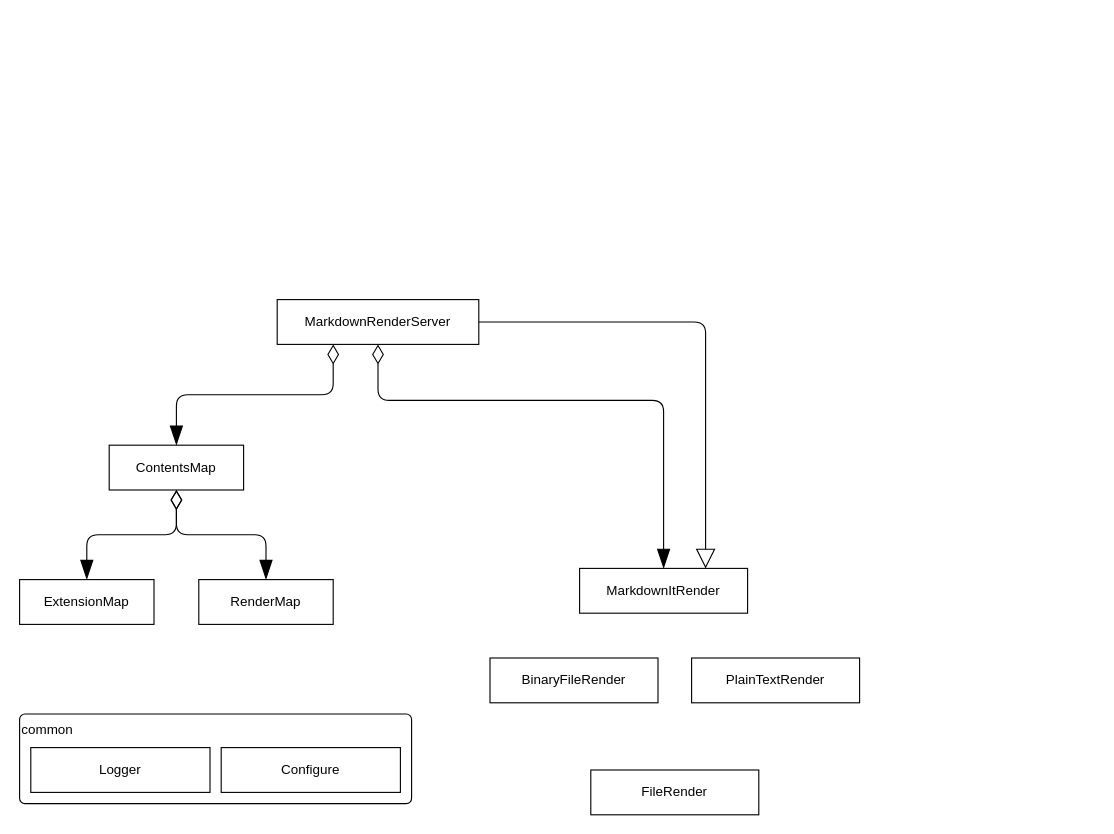
kazumatu981/markdown-it-pdf keeps this draw.io diagram as docs/memo/architecture.drawio. Above is the earlier version. Source tidied: cells renumbered, new cells numbered last; positions are measured from the earlier drawing's top-left corner, leaving out a move shared by most shapes. Both pictures are drawn from the tidied source at 112%, with x=0, y=0 at pixel (19, 299).
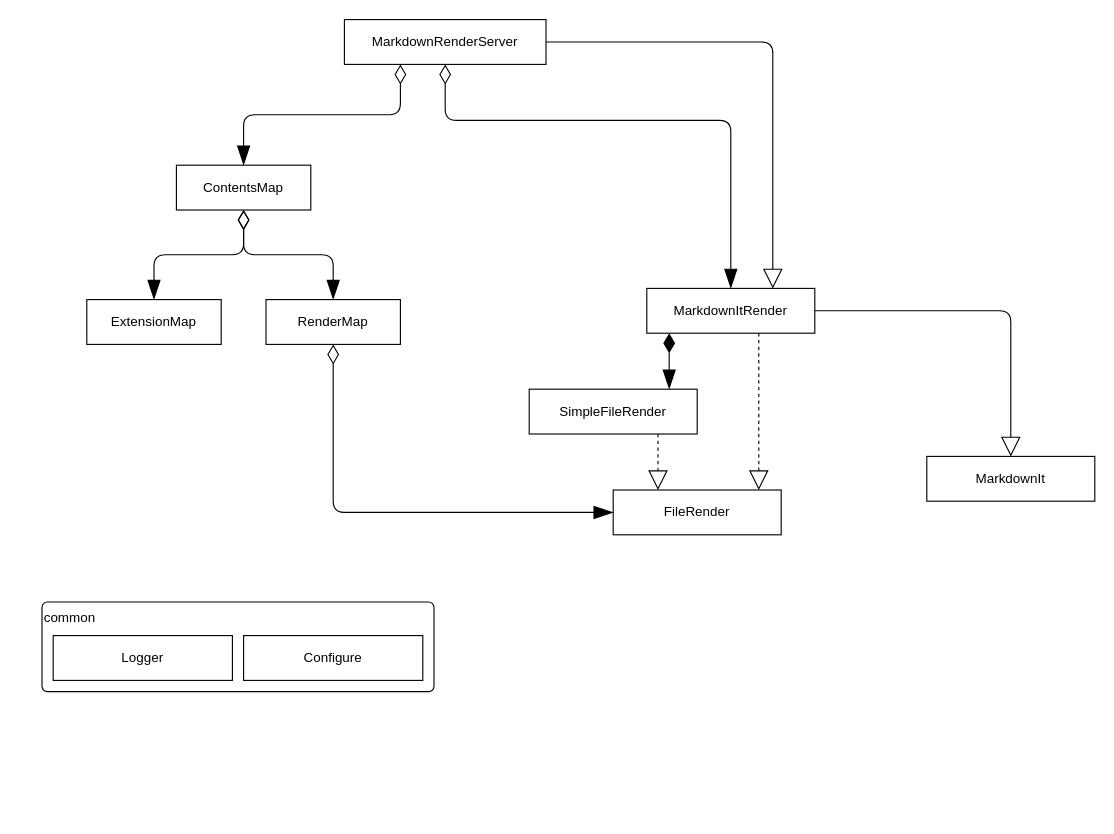
The same page after the edit.

Commit message (it also covers changes not shown here):
refactored `MarkdownItRender`.

Diff of the diagram source:
```diff
@@
     <mxCell id="4" value="ContentsMap" style="rounded=0;whiteSpace=wrap;html=1;fillColor=none;" parent="1" vertex="1">
-      <mxGeometry x="80" y="130" width="120" height="40" as="geometry" />
+      <mxGeometry x="140" y="-120" width="120" height="40" as="geometry" />
     </mxCell>
     <mxCell id="5" value="ExtensionMap" style="rounded=0;whiteSpace=wrap;html=1;fillColor=none;" parent="1" vertex="1">
-      <mxGeometry y="250" width="120" height="40" as="geometry" />
+      <mxGeometry x="60" width="120" height="40" as="geometry" />
     </mxCell>
     <mxCell id="6" value="RenderMap" style="rounded=0;whiteSpace=wrap;html=1;fillColor=none;" parent="1" vertex="1">
-      <mxGeometry x="160" y="250" width="120" height="40" as="geometry" />
+      <mxGeometry x="220" width="120" height="40" as="geometry" />
     </mxCell>
     <mxCell id="7" style="edgeStyle=elbowEdgeStyle;elbow=vertical;html=1;startArrow=diamondThin;startFill=0;endArrow=blockThin;endFill=1;startSize=15;endSize=15;targetPerimeterSpacing=0;" parent="1" edge="1" source="9" target="11">
       <mxGeometry relative="1" as="geometry">
         <Array as="points">
-          <mxPoint x="450" y="90" />
+          <mxPoint x="510" y="-160" />
         </Array>
       </mxGeometry>
     </mxCell>
     <mxCell id="8" style="edgeStyle=elbowEdgeStyle;elbow=vertical;html=1;entryX=0.75;entryY=0;entryDx=0;entryDy=0;startArrow=none;startFill=0;endArrow=block;endFill=0;startSize=15;endSize=15;targetPerimeterSpacing=0;" parent="1" edge="1" source="9" target="11">
       <mxGeometry relative="1" as="geometry">
         <Array as="points">
-          <mxPoint x="420" y="20" />
+          <mxPoint x="480" y="-230" />
         </Array>
       </mxGeometry>
     </mxCell>
     <mxCell id="9" value="MarkdownRenderServer" style="rounded=0;whiteSpace=wrap;html=1;fillColor=none;" parent="1" vertex="1">
-      <mxGeometry x="230" width="180" height="40" as="geometry" />
+      <mxGeometry x="290" y="-250" width="180" height="40" as="geometry" />
     </mxCell>
     <mxCell id="10" style="edgeStyle=elbowEdgeStyle;elbow=vertical;html=1;startArrow=diamondThin;startFill=0;targetPerimeterSpacing=0;startSize=15;endSize=15;endArrow=blockThin;endFill=1;" parent="1" edge="1" source="9" target="4">
       <mxGeometry relative="1" as="geometry">
         <Array as="points">
-          <mxPoint x="280" y="85" />
+          <mxPoint x="340" y="-165" />
         </Array>
       </mxGeometry>
     </mxCell>
+    <mxCell id="17" style="edgeStyle=elbowEdgeStyle;html=1;elbow=vertical;dashed=1;endArrow=block;endFill=0;endSize=15;" parent="1" edge="1" source="11" target="15">
+      <mxGeometry relative="1" as="geometry">
+        <Array as="points">
+          <mxPoint x="660" y="70" />
+        </Array>
+      </mxGeometry>
+    </mxCell>
+    <mxCell id="18" style="edgeStyle=elbowEdgeStyle;elbow=vertical;html=1;endArrow=blockThin;endFill=1;endSize=15;startArrow=diamondThin;startFill=1;startSize=15;" parent="1" edge="1" source="11" target="16">
+      <mxGeometry relative="1" as="geometry">
+        <Array as="points">
+          <mxPoint x="580" y="60" />
+          <mxPoint x="600" y="50" />
+        </Array>
+      </mxGeometry>
+    </mxCell>
     <mxCell id="11" value="MarkdownItRender" style="rounded=0;whiteSpace=wrap;html=1;fillColor=none;" parent="1" vertex="1">
-      <mxGeometry x="500" y="240" width="150" height="40" as="geometry" />
+      <mxGeometry x="560" y="-10" width="150" height="40" as="geometry" />
     </mxCell>
     <mxCell id="12" value="common" style="rounded=1;whiteSpace=wrap;html=1;fillColor=none;arcSize=6;align=left;verticalAlign=top;" parent="1" vertex="1">
-      <mxGeometry y="370" width="350" height="80" as="geometry" />
+      <mxGeometry x="20" y="270" width="350" height="80" as="geometry" />
     </mxCell>
     <mxCell id="13" value="Logger" style="rounded=0;whiteSpace=wrap;html=1;fillColor=none;" parent="1" vertex="1">
-      <mxGeometry x="10" y="400" width="160" height="40" as="geometry" />
+      <mxGeometry x="30" y="300" width="160" height="40" as="geometry" />
     </mxCell>
     <mxCell id="14" value="Configure" style="rounded=0;whiteSpace=wrap;html=1;fillColor=none;" parent="1" vertex="1">
-      <mxGeometry x="180" y="400" width="160" height="40" as="geometry" />
+      <mxGeometry x="200" y="300" width="160" height="40" as="geometry" />
     </mxCell>
     <mxCell id="15" value="FileRender" style="rounded=0;whiteSpace=wrap;html=1;fillColor=none;" parent="1" vertex="1">
-      <mxGeometry x="510" y="420" width="150" height="40" as="geometry" />
+      <mxGeometry x="530" y="170" width="150" height="40" as="geometry" />
     </mxCell>
-    <mxCell id="16" value="BinaryFileRender" style="rounded=0;whiteSpace=wrap;html=1;fillColor=none;" parent="1" vertex="1">
-      <mxGeometry x="420" y="320" width="150" height="40" as="geometry" />
+    <mxCell id="16" value="SimpleFileRender" style="rounded=0;whiteSpace=wrap;html=1;fillColor=none;" parent="1" vertex="1">
+      <mxGeometry x="455" y="80" width="150" height="40" as="geometry" />
     </mxCell>
-    <mxCell id="17" value="PlainTextRender" style="rounded=0;whiteSpace=wrap;html=1;fillColor=none;" parent="1" vertex="1">
-      <mxGeometry x="600" y="320" width="150" height="40" as="geometry" />
-    </mxCell>
+    <mxCell id="19" style="edgeStyle=elbowEdgeStyle;html=1;elbow=vertical;dashed=1;endArrow=block;endFill=0;endSize=15;" parent="1" edge="1" source="16" target="15">
+      <mxGeometry relative="1" as="geometry">
+        <Array as="points">
+          <mxPoint x="570" y="150" />
+          <mxPoint x="660" y="70" />
+        </Array>
+      </mxGeometry>
+    </mxCell>
+    <mxCell id="20" value="MarkdownIt" style="rounded=0;whiteSpace=wrap;html=1;fillColor=none;" parent="1" vertex="1">
+      <mxGeometry x="810" y="140" width="150" height="40" as="geometry" />
+    </mxCell>
+    <mxCell id="21" style="edgeStyle=elbowEdgeStyle;elbow=vertical;html=1;startArrow=none;startFill=0;endArrow=block;endFill=0;startSize=15;endSize=15;targetPerimeterSpacing=0;" parent="1" edge="1" source="11" target="20">
+      <mxGeometry relative="1" as="geometry">
+        <Array as="points">
+          <mxPoint x="790" y="10" />
+          <mxPoint x="860" y="-10" />
+          <mxPoint x="480" y="-230" />
+        </Array>
+      </mxGeometry>
+    </mxCell>
+    <mxCell id="22" style="edgeStyle=elbowEdgeStyle;elbow=vertical;html=1;startArrow=diamondThin;startFill=0;endArrow=blockThin;endFill=1;startSize=15;endSize=15;targetPerimeterSpacing=0;" parent="1" edge="1" source="6" target="15">
+      <mxGeometry relative="1" as="geometry">
+        <Array as="points">
+          <mxPoint x="350" y="190" />
+          <mxPoint x="420" y="130" />
+          <mxPoint x="510" y="-160" />
+        </Array>
+      </mxGeometry>
+    </mxCell>
```
